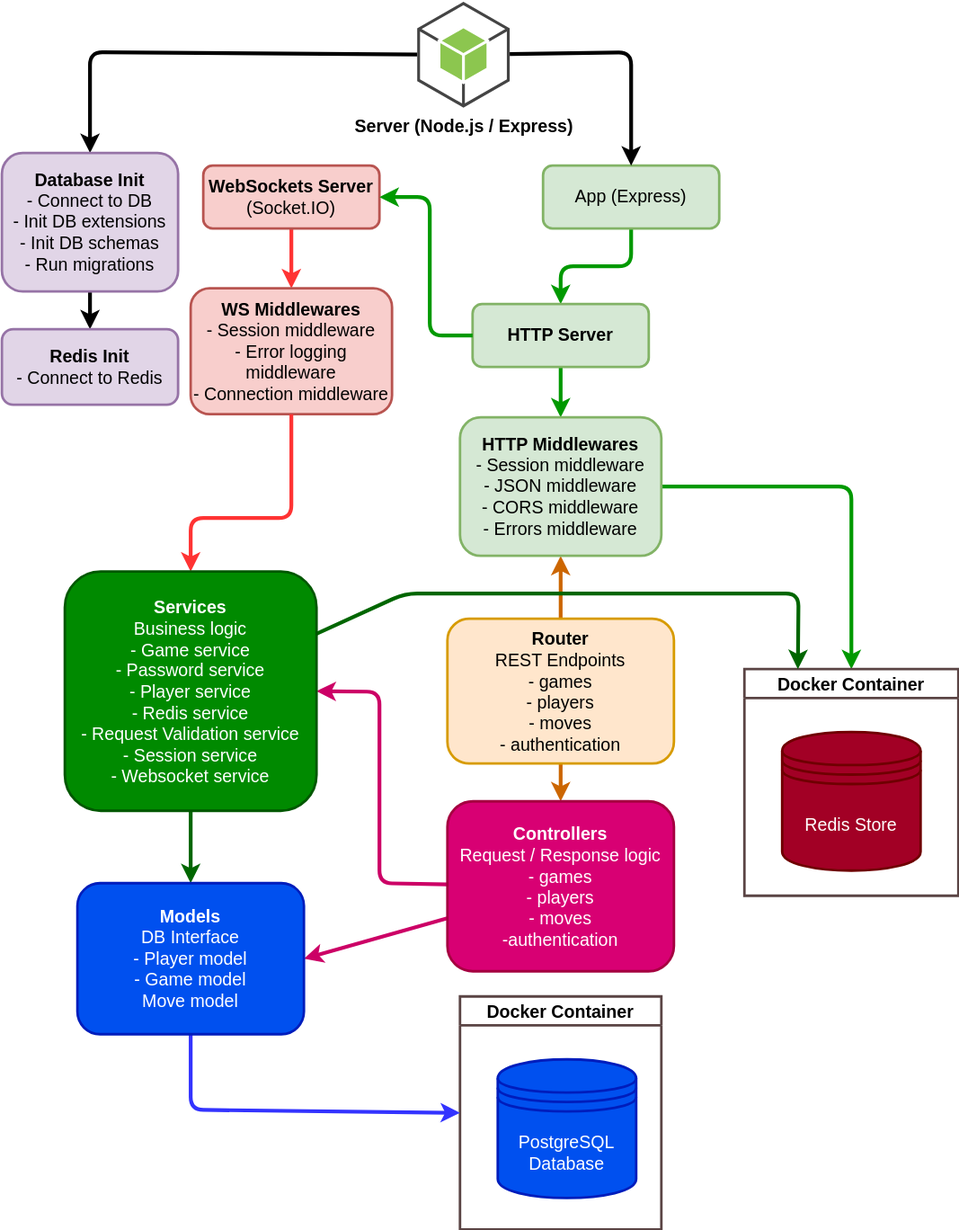
Before: server/docs/server-architecture.drawio.svg, a diagram exported from draw.io (alan-hadyk/side-stacker-game). Source tidied: cells renumbered, new cells last; positions are measured from the earlier drawing's top-left corner, leaving out a move shared by most shapes.
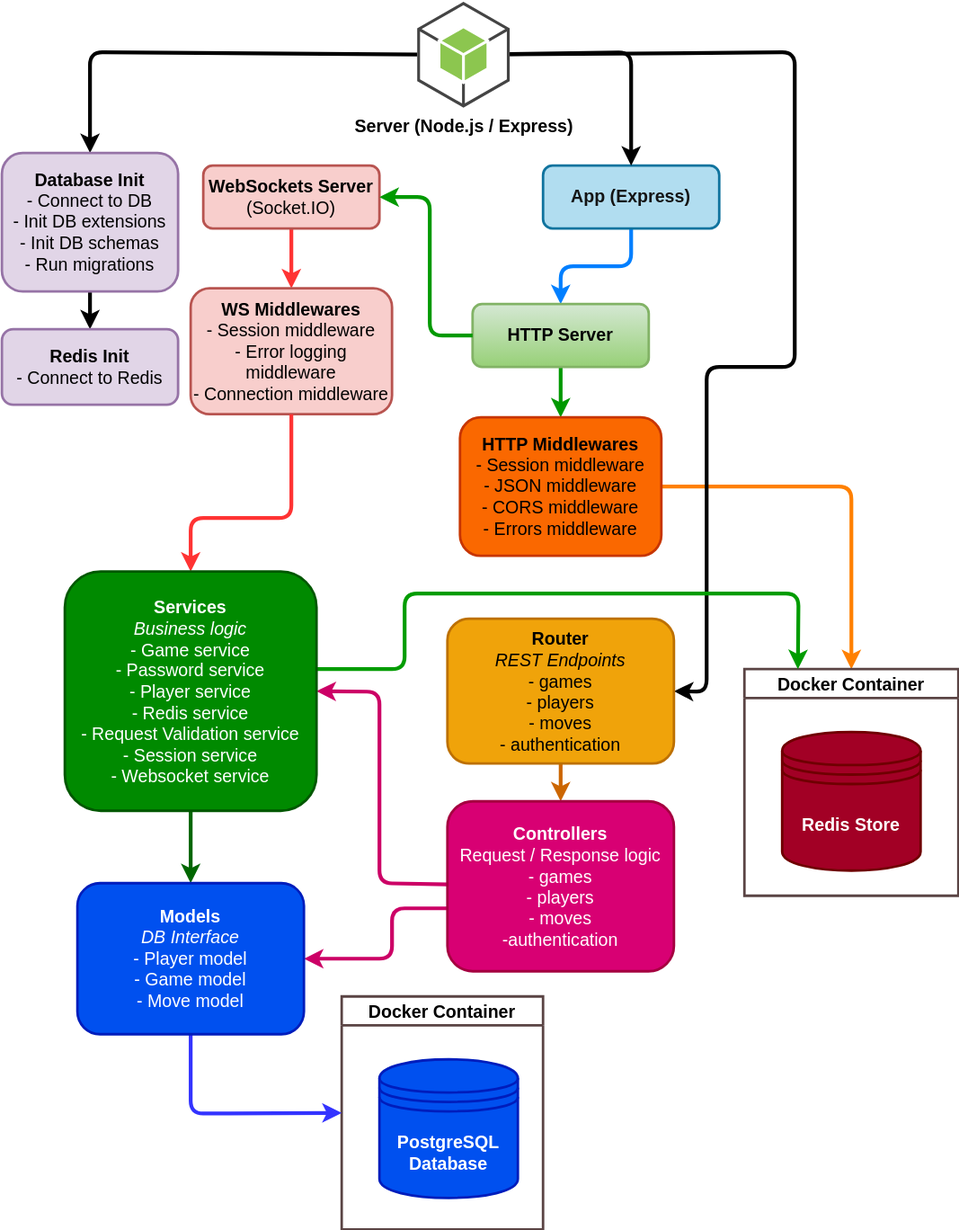
Above is the later version.

Commit message:
Update server architecture diagram

Diff of the diagram source:
```diff
@@ -2,14 +2,14 @@
   <root>
     <mxCell id="0" />
     <mxCell id="1" parent="0" />
-    <mxCell id="2" style="edgeStyle=none;html=1;entryX=0.5;entryY=0;entryDx=0;entryDy=0;strokeColor=#009900;strokeWidth=3;startArrow=none;startFill=0;exitX=1;exitY=0.5;exitDx=0;exitDy=0;" parent="1" edge="1" source="21" target="10">
+    <mxCell id="2" style="edgeStyle=none;html=1;entryX=0.5;entryY=0;entryDx=0;entryDy=0;strokeColor=#FF8000;strokeWidth=3;startArrow=none;startFill=0;exitX=1;exitY=0.5;exitDx=0;exitDy=0;" parent="1" edge="1" source="21" target="10">
       <mxGeometry relative="1" as="geometry">
         <Array as="points">
           <mxPoint x="675" y="385" />
         </Array>
       </mxGeometry>
     </mxCell>
-    <mxCell id="3" style="edgeStyle=none;html=1;entryX=0.5;entryY=0;entryDx=0;entryDy=0;fontColor=#000000;strokeColor=#009900;strokeWidth=3;" parent="1" edge="1" source="4" target="13">
+    <mxCell id="3" style="edgeStyle=none;html=1;entryX=0.5;entryY=0;entryDx=0;entryDy=0;fontColor=#000000;strokeColor=#007FFF;strokeWidth=3;" parent="1" edge="1" source="4" target="13">
       <mxGeometry relative="1" as="geometry">
         <Array as="points">
           <mxPoint x="500" y="210" />
@@ -17,13 +17,13 @@
         </Array>
       </mxGeometry>
     </mxCell>
-    <mxCell id="4" value="App (Express)" style="rounded=1;whiteSpace=wrap;html=1;labelBackgroundColor=none;strokeColor=#82b366;strokeWidth=2;fontSize=14;fillColor=#d5e8d4;fontColor=#000000;" parent="1" vertex="1">
+    <mxCell id="4" value="&lt;b&gt;App (Express)&lt;/b&gt;" style="rounded=1;whiteSpace=wrap;html=1;labelBackgroundColor=none;strokeColor=#10739e;strokeWidth=2;fontSize=14;fillColor=#b1ddf0;fontColor=#141414;" parent="1" vertex="1">
       <mxGeometry x="430" y="130" width="140" height="50" as="geometry" />
     </mxCell>
     <mxCell id="5" value="Docker Container" style="swimlane;fontSize=14;strokeColor=#5a4444;strokeWidth=2;" parent="1" vertex="1">
-      <mxGeometry x="364" y="790" width="160" height="185" as="geometry" />
+      <mxGeometry x="270" y="790" width="160" height="185" as="geometry" />
     </mxCell>
-    <mxCell id="6" value="&lt;span style=&quot;&quot;&gt;PostgreSQL Database&lt;/span&gt;" style="shape=datastore;whiteSpace=wrap;html=1;labelBackgroundColor=none;strokeColor=#001DBC;strokeWidth=2;fontSize=14;fontColor=#ffffff;fillColor=#0050ef;" parent="5" vertex="1">
+    <mxCell id="6" value="&lt;span style=&quot;&quot;&gt;&lt;b&gt;PostgreSQL Database&lt;/b&gt;&lt;/span&gt;" style="shape=datastore;whiteSpace=wrap;html=1;labelBackgroundColor=none;strokeColor=#001DBC;strokeWidth=2;fontSize=14;fontColor=#ffffff;fillColor=#0050ef;" parent="5" vertex="1">
       <mxGeometry x="30" y="50" width="110" height="110" as="geometry" />
     </mxCell>
     <mxCell id="7" style="edgeStyle=none;html=1;entryX=0.5;entryY=0;entryDx=0;entryDy=0;strokeColor=#000000;strokeWidth=3;fontColor=#000000;" parent="1" edge="1" source="9" target="4">
@@ -40,19 +40,29 @@
         </Array>
       </mxGeometry>
     </mxCell>
+    <mxCell id="34" style="edgeStyle=none;html=1;entryX=1;entryY=0.5;entryDx=0;entryDy=0;strokeWidth=3;strokeColor=#000000;" parent="1" edge="1" source="9" target="24">
+      <mxGeometry relative="1" as="geometry">
+        <Array as="points">
+          <mxPoint x="630" y="40" />
+          <mxPoint x="630" y="290" />
+          <mxPoint x="560" y="290" />
+          <mxPoint x="560" y="548" />
+        </Array>
+      </mxGeometry>
+    </mxCell>
     <mxCell id="9" value="&lt;font color=&quot;#000000&quot;&gt;Server (Node.js / Express)&lt;/font&gt;" style="outlineConnect=0;dashed=0;verticalLabelPosition=bottom;verticalAlign=top;align=center;html=1;shape=mxgraph.aws3.android;fillColor=#8CC64F;gradientColor=none;strokeColor=#5a4444;strokeWidth=2;fontSize=14;fontStyle=1;" parent="1" vertex="1">
       <mxGeometry x="330" width="73.5" height="84" as="geometry" />
     </mxCell>
     <mxCell id="10" value="Docker Container" style="swimlane;fontSize=14;strokeColor=#5a4444;strokeWidth=2;" parent="1" vertex="1">
       <mxGeometry x="590" y="530" width="170" height="180" as="geometry" />
     </mxCell>
-    <mxCell id="11" value="&lt;span style=&quot;&quot;&gt;Redis Store&lt;/span&gt;" style="shape=datastore;whiteSpace=wrap;html=1;labelBackgroundColor=none;strokeColor=#6F0000;strokeWidth=2;fontSize=14;fontColor=#ffffff;fillColor=#a20025;" parent="10" vertex="1">
+    <mxCell id="11" value="&lt;span style=&quot;&quot;&gt;&lt;b&gt;Redis Store&lt;/b&gt;&lt;/span&gt;" style="shape=datastore;whiteSpace=wrap;html=1;labelBackgroundColor=none;strokeColor=#6F0000;strokeWidth=2;fontSize=14;fontColor=#ffffff;fillColor=#a20025;" parent="10" vertex="1">
       <mxGeometry x="30" y="50" width="110" height="110" as="geometry" />
     </mxCell>
     <mxCell id="12" style="edgeStyle=none;html=1;strokeColor=#009900;strokeWidth=3;fontColor=#000000;startArrow=none;startFill=0;exitX=0.5;exitY=1;exitDx=0;exitDy=0;" parent="1" edge="1" source="13" target="21">
       <mxGeometry relative="1" as="geometry" />
     </mxCell>
-    <mxCell id="13" value="HTTP Server" style="rounded=1;whiteSpace=wrap;html=1;labelBackgroundColor=none;strokeColor=#82b366;strokeWidth=2;fontSize=14;fillColor=#d5e8d4;fontColor=#000000;fontStyle=1;" parent="1" vertex="1">
+    <mxCell id="13" value="HTTP Server" style="rounded=1;whiteSpace=wrap;html=1;labelBackgroundColor=none;strokeColor=#82b366;strokeWidth=2;fontSize=14;fillColor=#d5e8d4;fontStyle=1;gradientColor=#97d077;fontColor=#050505;" parent="1" vertex="1">
       <mxGeometry x="374" y="240" width="140" height="50" as="geometry" />
     </mxCell>
     <mxCell id="14" style="edgeStyle=none;html=1;entryX=0.5;entryY=0;entryDx=0;entryDy=0;strokeColor=#FF3333;strokeWidth=3;fontColor=#000000;startArrow=none;startFill=0;" parent="1" edge="1" source="15" target="22">
@@ -78,10 +88,7 @@
     <mxCell id="19" value="&lt;b&gt;Redis Init&lt;/b&gt;&lt;br&gt;- Connect to Redis" style="rounded=1;whiteSpace=wrap;html=1;labelBackgroundColor=none;strokeColor=#9673a6;strokeWidth=2;fontSize=14;fillColor=#e1d5e7;fontColor=#000000;" parent="1" vertex="1">
       <mxGeometry y="260" width="140" height="60" as="geometry" />
     </mxCell>
-    <mxCell id="20" style="edgeStyle=none;html=1;strokeColor=#CC6600;strokeWidth=3;fontColor=#000000;startArrow=classic;startFill=1;entryX=0.5;entryY=0;entryDx=0;entryDy=0;endArrow=none;endFill=0;" parent="1" edge="1" source="21" target="24">
-      <mxGeometry relative="1" as="geometry" />
-    </mxCell>
-    <mxCell id="21" value="&lt;b&gt;HTTP Middlewares&lt;br&gt;&lt;/b&gt;- Session middleware&lt;br&gt;- JSON middleware&lt;br&gt;- CORS middleware&lt;br&gt;- Errors middleware" style="rounded=1;whiteSpace=wrap;html=1;labelBackgroundColor=none;strokeColor=#82b366;strokeWidth=2;fontSize=14;fillColor=#d5e8d4;fontColor=#000000;" parent="1" vertex="1">
+    <mxCell id="21" value="&lt;b&gt;HTTP Middlewares&lt;br&gt;&lt;/b&gt;- Session middleware&lt;br&gt;- JSON middleware&lt;br&gt;- CORS middleware&lt;br&gt;- Errors middleware" style="rounded=1;whiteSpace=wrap;html=1;labelBackgroundColor=none;strokeColor=#C73500;strokeWidth=2;fontSize=14;fillColor=#fa6800;fontColor=#000000;" parent="1" vertex="1">
       <mxGeometry x="364" y="330" width="160" height="110" as="geometry" />
     </mxCell>
     <mxCell id="22" value="&lt;b&gt;WS Middlewares&lt;br&gt;&lt;/b&gt;- Session middleware&lt;br&gt;- Error logging middleware&lt;br&gt;- Connection middleware" style="rounded=1;whiteSpace=wrap;html=1;labelBackgroundColor=none;strokeColor=#b85450;strokeWidth=2;fontSize=14;fillColor=#f8cecc;fontColor=#000000;" parent="1" vertex="1">
@@ -90,11 +97,17 @@
     <mxCell id="23" style="edgeStyle=none;html=1;entryX=0.5;entryY=0;entryDx=0;entryDy=0;strokeColor=#CC6600;strokeWidth=3;fontColor=#000000;startArrow=none;startFill=0;" parent="1" edge="1" source="24" target="27">
       <mxGeometry relative="1" as="geometry" />
     </mxCell>
-    <mxCell id="24" value="&lt;b&gt;Router&lt;/b&gt;&lt;br&gt;REST Endpoints&lt;br&gt;- games&lt;br&gt;- players&lt;br&gt;- moves&lt;br&gt;- authentication" style="rounded=1;whiteSpace=wrap;html=1;labelBackgroundColor=none;strokeColor=#d79b00;strokeWidth=2;fontSize=14;fillColor=#ffe6cc;fontColor=#000000;" parent="1" vertex="1">
+    <mxCell id="24" value="&lt;b&gt;Router&lt;/b&gt;&lt;br&gt;&lt;i&gt;REST Endpoints&lt;br&gt;&lt;/i&gt;- games&lt;br&gt;- players&lt;br&gt;- moves&lt;br&gt;- authentication" style="rounded=1;whiteSpace=wrap;html=1;labelBackgroundColor=none;strokeColor=#BD7000;strokeWidth=2;fontSize=14;fillColor=#f0a30a;fontColor=#000000;" parent="1" vertex="1">
       <mxGeometry x="354" y="490" width="180" height="115" as="geometry" />
     </mxCell>
-    <mxCell id="25" style="edgeStyle=none;html=1;entryX=1;entryY=0.5;entryDx=0;entryDy=0;strokeColor=#CC0066;strokeWidth=3;fontColor=#000000;startArrow=none;startFill=0;" parent="1" edge="1" source="27" target="33">
-      <mxGeometry relative="1" as="geometry" />
+    <mxCell id="25" style="edgeStyle=none;html=1;entryX=1;entryY=0.5;entryDx=0;entryDy=0;strokeColor=#CC0066;strokeWidth=3;fontColor=#000000;startArrow=none;startFill=0;" parent="1" edge="1" target="33">
+      <mxGeometry relative="1" as="geometry">
+        <mxPoint x="360" y="720" as="sourcePoint" />
+        <Array as="points">
+          <mxPoint x="310" y="720" />
+          <mxPoint x="310" y="760" />
+        </Array>
+      </mxGeometry>
     </mxCell>
     <mxCell id="26" style="edgeStyle=none;html=1;entryX=1;entryY=0.5;entryDx=0;entryDy=0;strokeColor=#CC0066;strokeWidth=3;fontColor=#000000;startArrow=none;startFill=0;" parent="1" edge="1" source="27" target="31">
       <mxGeometry relative="1" as="geometry">
@@ -118,25 +131,27 @@
     <mxCell id="29" style="edgeStyle=none;html=1;entryX=0.5;entryY=0;entryDx=0;entryDy=0;strokeColor=#006600;strokeWidth=3;fontColor=#000000;startArrow=none;startFill=0;endArrow=classic;endFill=1;" parent="1" edge="1" source="31" target="33">
       <mxGeometry relative="1" as="geometry" />
     </mxCell>
-    <mxCell id="30" style="edgeStyle=none;html=1;entryX=0.25;entryY=0;entryDx=0;entryDy=0;strokeColor=#006600;strokeWidth=3;fontColor=#000000;startArrow=none;startFill=0;endArrow=classic;endFill=1;" parent="1" edge="1" source="31" target="10">
+    <mxCell id="30" style="edgeStyle=none;html=1;entryX=0.25;entryY=0;entryDx=0;entryDy=0;strokeColor=#009C00;strokeWidth=3;fontColor=#000000;startArrow=none;startFill=0;endArrow=classic;endFill=1;" parent="1" edge="1" target="10">
       <mxGeometry relative="1" as="geometry">
+        <mxPoint x="250" y="530" as="sourcePoint" />
         <Array as="points">
+          <mxPoint x="320" y="530" />
           <mxPoint x="320" y="470" />
           <mxPoint x="633" y="470" />
         </Array>
       </mxGeometry>
     </mxCell>
-    <mxCell id="31" value="&lt;b&gt;Services&lt;/b&gt;&lt;br&gt;Business logic&lt;br&gt;- Game service&lt;br&gt;- Password service&lt;br&gt;- Player service&lt;br&gt;- Redis service&lt;br&gt;- Request Validation service&lt;br&gt;- Session service&lt;br&gt;- Websocket service" style="rounded=1;whiteSpace=wrap;html=1;labelBackgroundColor=none;strokeColor=#005700;strokeWidth=2;fontSize=14;fillColor=#008a00;fontColor=#ffffff;" parent="1" vertex="1">
+    <mxCell id="31" value="&lt;b&gt;Services&lt;/b&gt;&lt;br&gt;&lt;i&gt;Business logic&lt;br&gt;&lt;/i&gt;- Game service&lt;br&gt;- Password service&lt;br&gt;- Player service&lt;br&gt;- Redis service&lt;br&gt;- Request Validation service&lt;br&gt;- Session service&lt;br&gt;- Websocket service" style="rounded=1;whiteSpace=wrap;html=1;labelBackgroundColor=none;strokeColor=#005700;strokeWidth=2;fontSize=14;fillColor=#008a00;fontColor=#ffffff;" parent="1" vertex="1">
       <mxGeometry x="50" y="452.5" width="200" height="190" as="geometry" />
     </mxCell>
     <mxCell id="32" style="edgeStyle=none;html=1;entryX=0;entryY=0.5;entryDx=0;entryDy=0;strokeColor=#3333FF;strokeWidth=3;fontColor=#000000;startArrow=none;startFill=0;endArrow=classic;endFill=1;" parent="1" edge="1" source="33" target="5">
       <mxGeometry relative="1" as="geometry">
         <Array as="points">
-          <mxPoint x="150" y="880" />
+          <mxPoint x="150" y="883" />
         </Array>
       </mxGeometry>
     </mxCell>
-    <mxCell id="33" value="&lt;b&gt;Models&lt;/b&gt;&lt;br&gt;DB Interface&lt;br&gt;- Player model&lt;br&gt;- Game model&lt;br&gt;Move model" style="rounded=1;whiteSpace=wrap;html=1;labelBackgroundColor=none;strokeColor=#001DBC;strokeWidth=2;fontSize=14;fillColor=#0050ef;fontColor=#ffffff;" parent="1" vertex="1">
+    <mxCell id="33" value="&lt;b&gt;Models&lt;/b&gt;&lt;br&gt;&lt;i&gt;DB Interface&lt;/i&gt;&lt;br&gt;- Player model&lt;br&gt;- Game model&lt;br&gt;- Move model" style="rounded=1;whiteSpace=wrap;html=1;labelBackgroundColor=none;strokeColor=#001DBC;strokeWidth=2;fontSize=14;fillColor=#0050ef;fontColor=#ffffff;" parent="1" vertex="1">
       <mxGeometry x="60" y="700" width="180" height="120" as="geometry" />
     </mxCell>
   </root>
```
